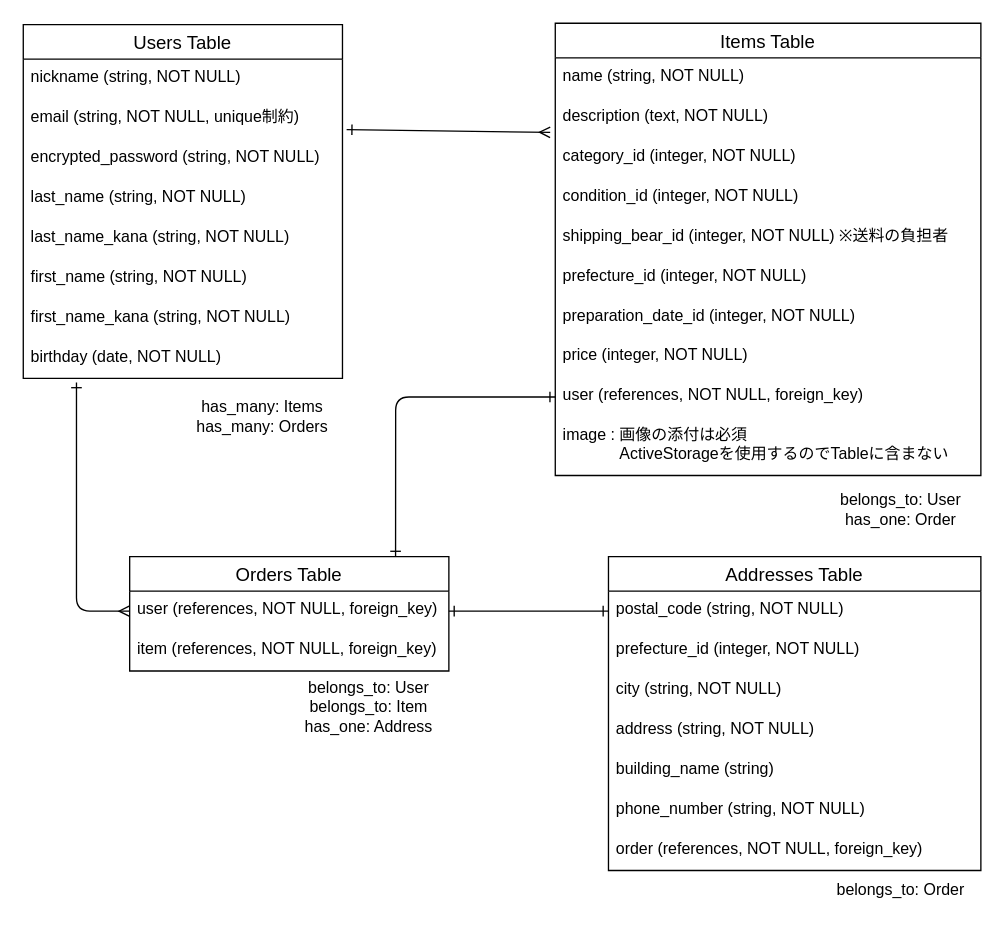
The draw.io diagram furima_ER.dio in motokeshi/furima-39650, before the edit. Source tidied: cells renumbered, new cells numbered last; positions are measured from the earlier drawing's top-left corner, leaving out a move shared by most shapes. Both pictures are drawn from the tidied source at 133%, with x=0, y=0 at pixel (23, 23).
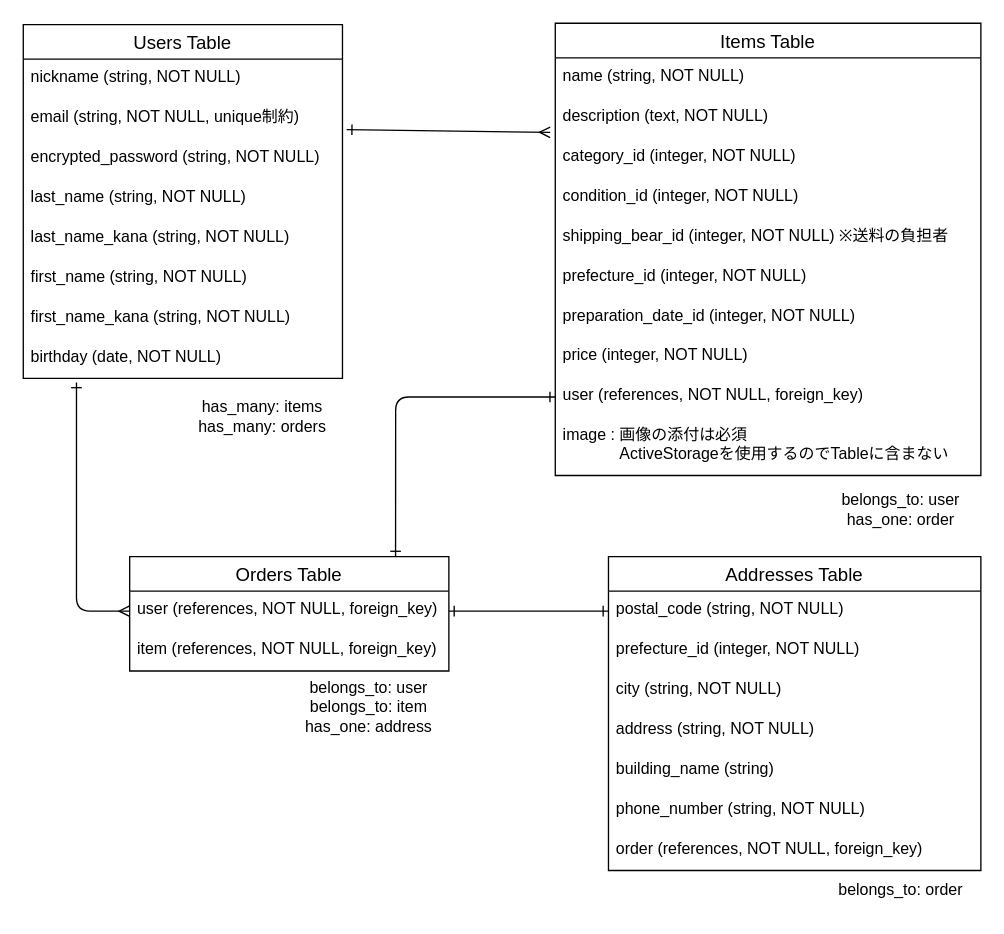
Above is the later version.

Commit message (it also covers changes not shown here):
アソシエーションに関するモデル表記の修正

Diff of the diagram source:
```diff
@@
-    <mxCell id="34" value="has_many: Items&lt;br&gt;has_many: Orders" style="text;html=1;strokeColor=none;fillColor=none;align=center;verticalAlign=middle;whiteSpace=wrap;rounded=0;" parent="1" vertex="1">
+    <mxCell id="34" value="has_many: items&lt;br&gt;has_many: orders" style="text;html=1;strokeColor=none;fillColor=none;align=center;verticalAlign=middle;whiteSpace=wrap;rounded=0;" parent="1" vertex="1">
       <mxGeometry x="120" y="281" width="120" height="30" as="geometry" />
     </mxCell>
-    <mxCell id="35" value="belongs_to: User&lt;br&gt;has_one: Order" style="text;html=1;strokeColor=none;fillColor=none;align=center;verticalAlign=middle;whiteSpace=wrap;rounded=0;" parent="1" vertex="1">
+    <mxCell id="35" value="belongs_to: user&lt;br&gt;has_one: order" style="text;html=1;strokeColor=none;fillColor=none;align=center;verticalAlign=middle;whiteSpace=wrap;rounded=0;" parent="1" vertex="1">
       <mxGeometry x="600" y="351" width="120" height="30" as="geometry" />
     </mxCell>
-    <mxCell id="36" value="belongs_to: User&lt;br&gt;belongs_to: Item&lt;br&gt;has_one: Address" style="text;html=1;strokeColor=none;fillColor=none;align=center;verticalAlign=middle;whiteSpace=wrap;rounded=0;" parent="1" vertex="1">
+    <mxCell id="36" value="belongs_to: user&lt;br&gt;belongs_to: item&lt;br&gt;has_one: address" style="text;html=1;strokeColor=none;fillColor=none;align=center;verticalAlign=middle;whiteSpace=wrap;rounded=0;" parent="1" vertex="1">
       <mxGeometry x="200" y="487" width="120" height="54" as="geometry" />
     </mxCell>
-    <mxCell id="37" value="belongs_to: Order" style="text;html=1;strokeColor=none;fillColor=none;align=center;verticalAlign=middle;whiteSpace=wrap;rounded=0;" parent="1" vertex="1">
+    <mxCell id="37" value="belongs_to: order" style="text;html=1;strokeColor=none;fillColor=none;align=center;verticalAlign=middle;whiteSpace=wrap;rounded=0;" parent="1" vertex="1">
       <mxGeometry x="600" y="637" width="120" height="30" as="geometry" />
     </mxCell>
```
